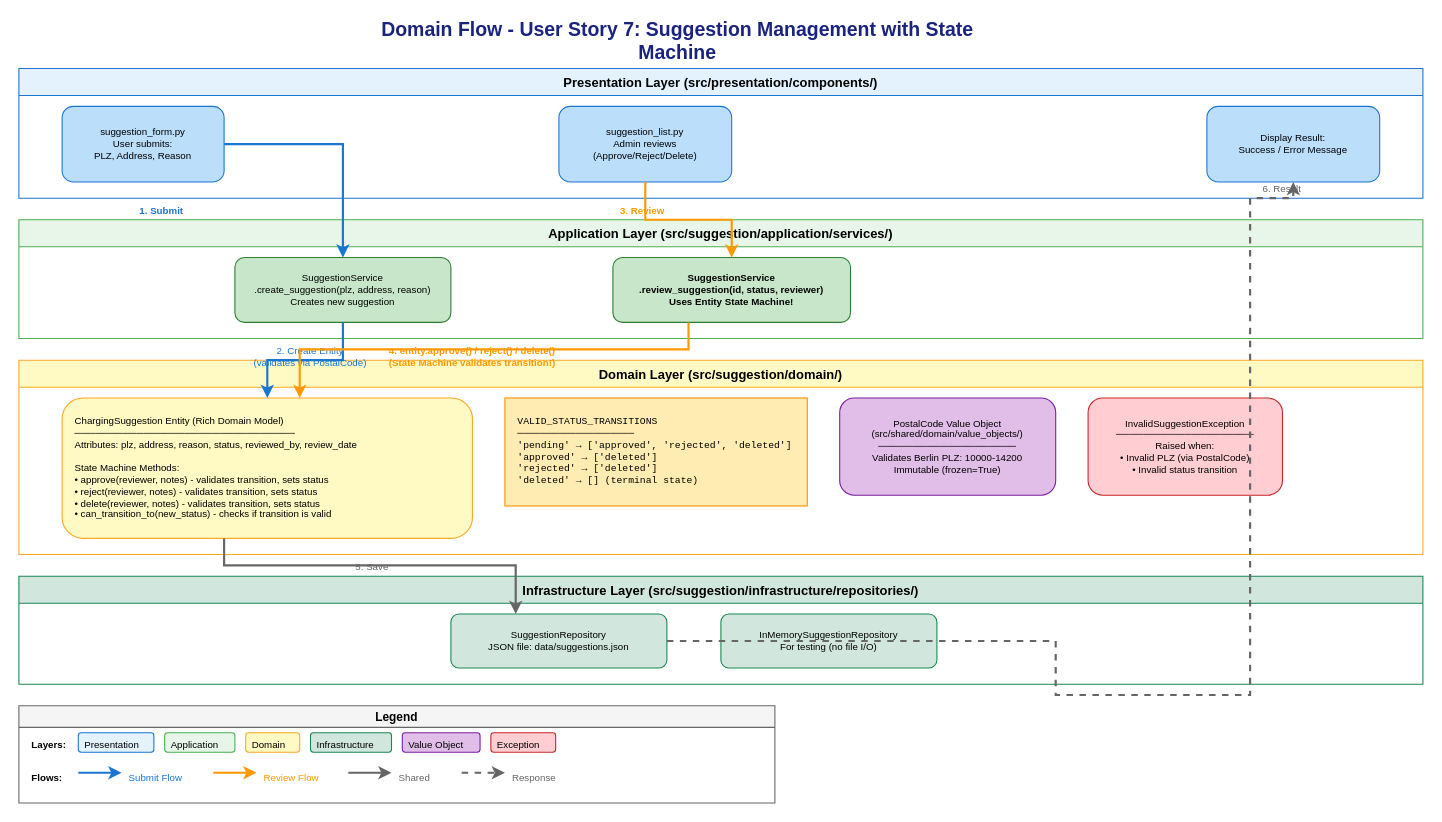
Before: docs/user-story-7-domain-event-flow.drawio in SamuskaAksumas/heatmap-charging-stations, a draw.io diagram. Source tidied: cells renumbered, new cells numbered last; positions are measured from the earlier drawing's top-left corner, leaving out a move shared by most shapes. Both pictures are drawn from the tidied source at 108%, with x=0, y=0 at pixel (18, 25).
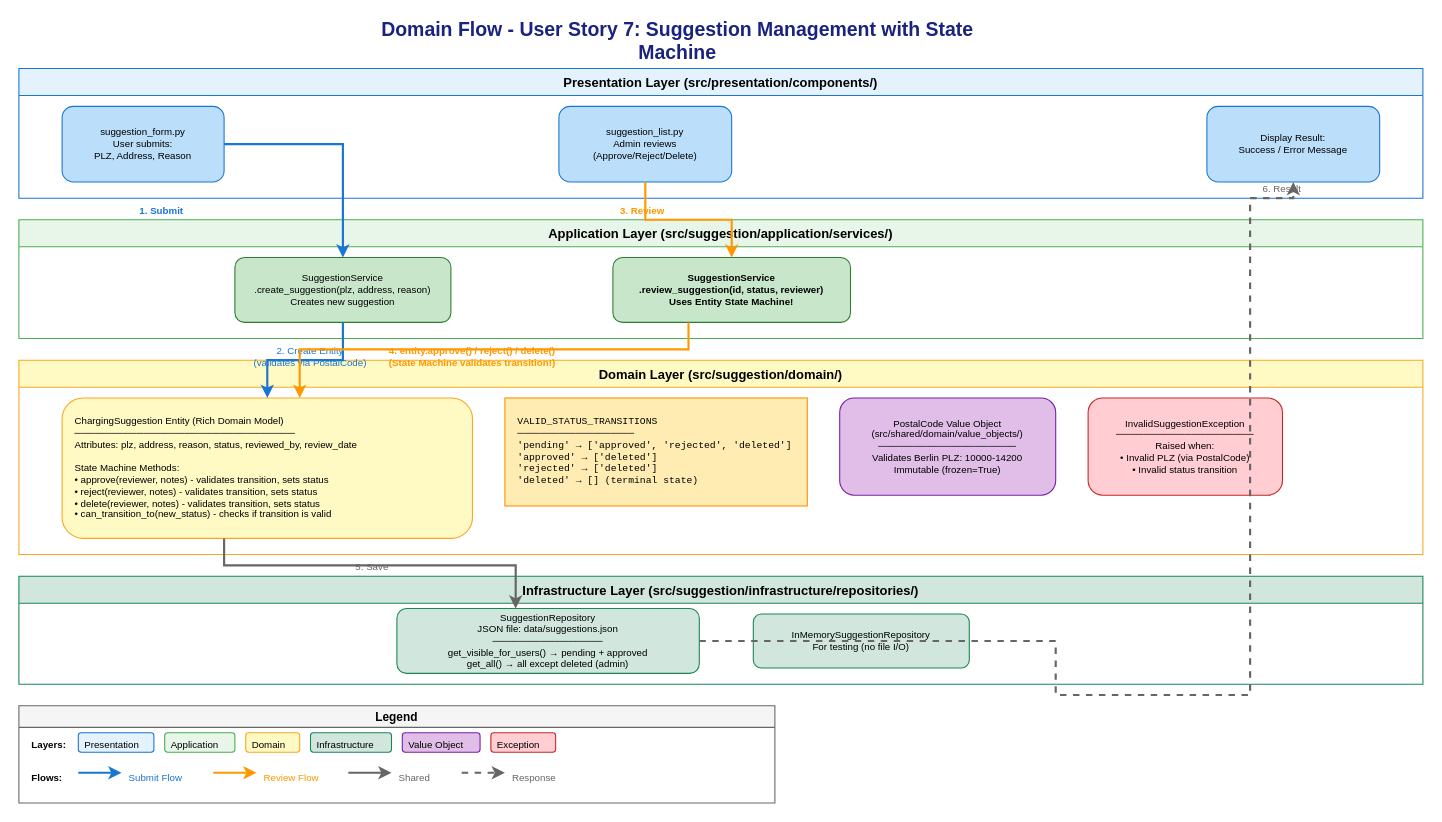
The same page after the edit.

Commit message (it also covers changes not shown here):
Add user visibility filtering, admin delete and review notes functionality

Unchanged cells that the change refers to:
```xml
<mxCell id="15" value="Infrastructure Layer (src/suggestion/infrastructure/repositories/)" style="swimlane;startSize=25;fillColor=#d1e7dd;strokeColor=#198754;fontStyle=1;fontSize=12;horizontal=1;" parent="1" vertex="1">
  <mxGeometry y="510" width="1300" height="100" as="geometry" />
</mxCell>
```

Change to the diagram source:
```diff
@@
-    <mxCell id="16" value="SuggestionRepository&#10;JSON file: data/suggestions.json" style="rounded=1;whiteSpace=wrap;html=1;fillColor=#d1e7dd;strokeColor=#198754;fontSize=9;align=center;" parent="15" vertex="1">
-      <mxGeometry x="400" y="35" width="200" height="50" as="geometry" />
+    <mxCell id="16" value="SuggestionRepository&#10;JSON file: data/suggestions.json&#10;────────────────&#10;get_visible_for_users() → pending + approved&#10;get_all() → all except deleted (admin)" style="rounded=1;whiteSpace=wrap;html=1;fillColor=#d1e7dd;strokeColor=#198754;fontSize=9;align=center;" parent="15" vertex="1">
+      <mxGeometry x="350" y="30" width="280" height="60" as="geometry" />
     </mxCell>
     <mxCell id="17" value="InMemorySuggestionRepository&#10;For testing (no file I/O)" style="rounded=1;whiteSpace=wrap;html=1;fillColor=#d1e7dd;strokeColor=#198754;fontSize=9;align=center;" parent="15" vertex="1">
-      <mxGeometry x="650" y="35" width="200" height="50" as="geometry" />
+      <mxGeometry x="680" y="35" width="200" height="50" as="geometry" />
     </mxCell>
```
